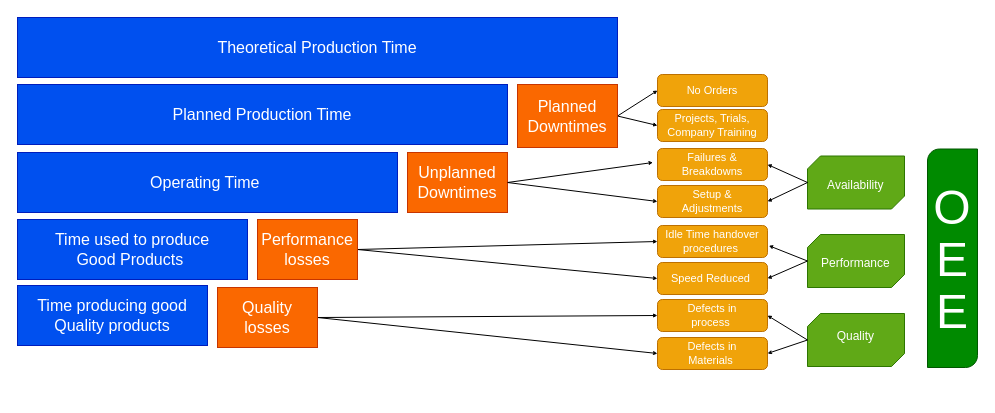
IlScottlI/docs keeps this draw.io diagram as OEE.drawio. Above is the earlier version. Source tidied: cells renumbered, new cells numbered last; positions are measured from the earlier drawing's top-left corner, leaving out a move shared by most shapes. Both pictures are drawn from the tidied source at 100%, with x=0, y=0 at pixel (17, 17).
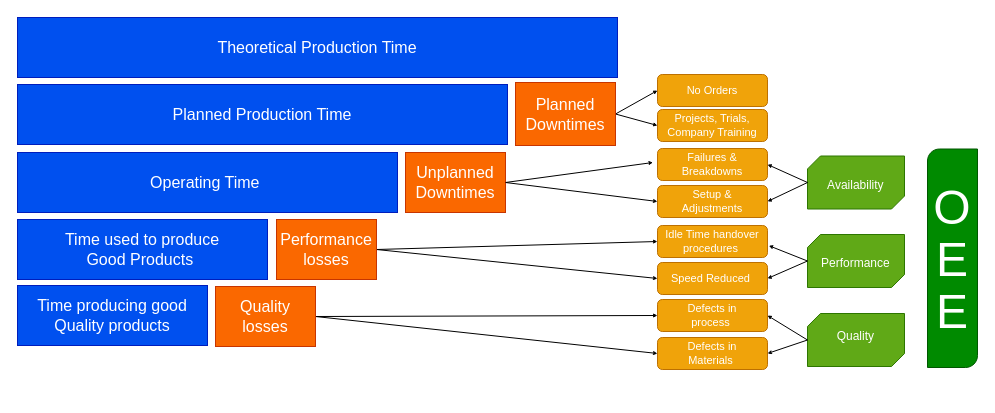
The same diagram, later.

Change to the diagram source:
```diff
@@
-    <mxCell id="5" value="Time used to produce Good Products&amp;nbsp;" style="rounded=0;whiteSpace=wrap;html=1;fontSize=16;fillColor=#0050ef;fontColor=#ffffff;strokeColor=#001DBC;spacingLeft=25;spacingBottom=0;spacingRight=25;" parent="1" vertex="1">
-      <mxGeometry y="202" width="230" height="60" as="geometry" />
+    <mxCell id="5" value="Time used to produce Good Products&amp;nbsp;" style="rounded=0;whiteSpace=wrap;html=1;fontSize=16;fillColor=#0050ef;fontColor=#ffffff;strokeColor=#001DBC;spacingLeft=38;spacingBottom=0;spacingRight=38;" parent="1" vertex="1">
+      <mxGeometry y="202" width="250" height="60" as="geometry" />
     </mxCell>
@@
     <mxCell id="9" value="Planned Downtimes" style="rounded=0;whiteSpace=wrap;html=1;fontSize=16;fillColor=#fa6800;strokeColor=#C73500;fontColor=#FFFFFF;" parent="1" vertex="1">
-      <mxGeometry x="500" y="67" width="100" height="63" as="geometry" />
+      <mxGeometry x="498" y="65" width="100" height="63" as="geometry" />
     </mxCell>
@@
     <mxCell id="11" value="Unplanned Downtimes" style="rounded=0;whiteSpace=wrap;html=1;fontSize=16;fillColor=#fa6800;strokeColor=#C73500;fontColor=#FFFFFF;" parent="1" vertex="1">
-      <mxGeometry x="390" y="135" width="100" height="60" as="geometry" />
+      <mxGeometry x="388" y="135" width="100" height="60" as="geometry" />
     </mxCell>
@@
     <mxCell id="14" value="Performance losses" style="rounded=0;whiteSpace=wrap;html=1;fontSize=16;fillColor=#fa6800;strokeColor=#C73500;fontColor=#FFFFFF;" parent="1" vertex="1">
-      <mxGeometry x="240" y="202" width="100" height="60" as="geometry" />
+      <mxGeometry x="259" y="202" width="100" height="60" as="geometry" />
     </mxCell>
@@
     <mxCell id="17" value="Quality losses" style="rounded=0;whiteSpace=wrap;html=1;fontSize=16;fillColor=#fa6800;strokeColor=#C73500;fontColor=#FFFFFF;" parent="1" vertex="1">
-      <mxGeometry x="200" y="270" width="100" height="60" as="geometry" />
+      <mxGeometry x="198" y="269" width="100" height="60" as="geometry" />
     </mxCell>
```
